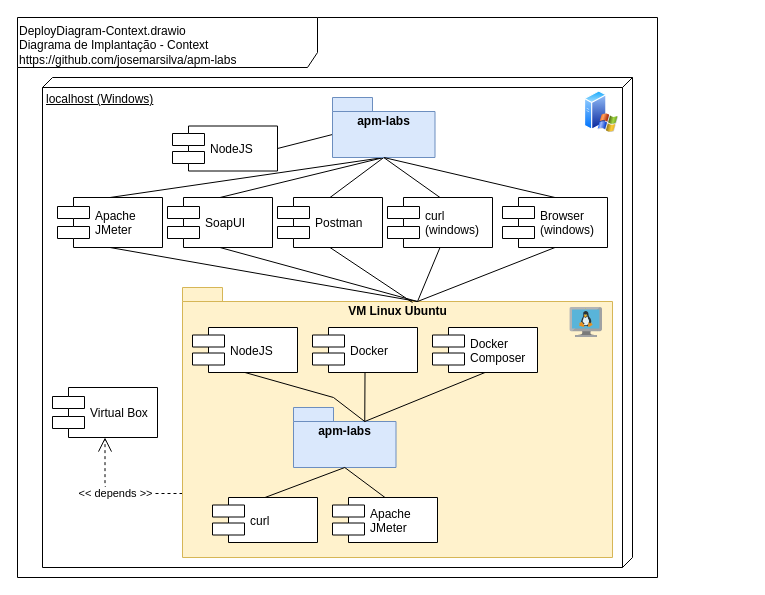
Earlier version of the draw.io diagram doc/DeployDiagram-Context.drawio (josemarsilva/apm-labs). Source tidied: cells renumbered, new cells numbered last; positions are measured from the earlier drawing's top-left corner, leaving out a move shared by most shapes. Both pictures are drawn from the tidied source at 100%, with x=0, y=0 at pixel (17, 17).
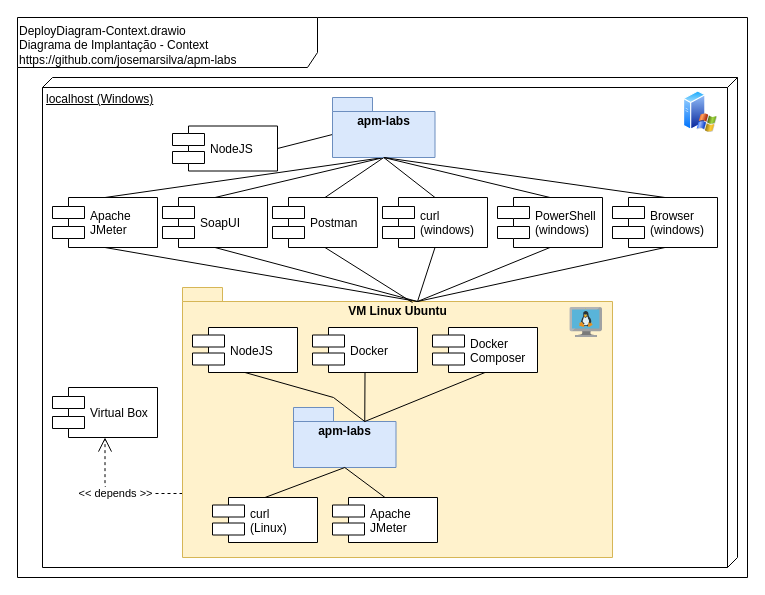
The same diagram, later.

The change refers to these unchanged cells:
```xml
<mxCell id="6" value="VM Linux Ubuntu" style="shape=folder;fontStyle=1;spacingTop=10;tabWidth=40;tabHeight=14;tabPosition=left;html=1;verticalAlign=top;fillColor=#fff2cc;strokeColor=#d6b656;" parent="1" vertex="1">
  <mxGeometry x="165" y="270" width="430" height="270" as="geometry" />
</mxCell>
<mxCell id="33" value="apm-labs" style="shape=folder;fontStyle=1;spacingTop=10;tabWidth=40;tabHeight=14;tabPosition=left;html=1;verticalAlign=top;fillColor=#dae8fc;strokeColor=#6c8ebf;" parent="1" vertex="1">
  <mxGeometry x="315" y="80" width="102.5" height="60" as="geometry" />
</mxCell>
```

Change to the diagram source:
```diff
@@
     <mxCell id="2" value="DeployDiagram-Context.drawio&lt;br&gt;Diagrama de Implantação - Context&lt;br&gt;https://github.com/josemarsilva/apm-labs" style="shape=umlFrame;whiteSpace=wrap;html=1;width=300;height=50;verticalAlign=top;align=left;" parent="1" vertex="1">
-      <mxGeometry width="640" height="560" as="geometry" />
+      <mxGeometry width="730" height="560" as="geometry" />
     </mxCell>
     <mxCell id="3" value="localhost (Windows)" style="verticalAlign=top;align=left;spacingTop=8;spacingLeft=2;spacingRight=12;shape=cube;size=10;direction=south;fontStyle=4;html=1;" parent="1" vertex="1">
-      <mxGeometry x="25" y="60" width="590" height="490" as="geometry" />
+      <mxGeometry x="25" y="60" width="695" height="490" as="geometry" />
     </mxCell>
@@
     <mxCell id="13" value="Apache&#10;JMeter" style="shape=component;align=left;spacingLeft=36;" parent="1" vertex="1">
-      <mxGeometry x="40" y="180" width="105" height="50" as="geometry" />
+      <mxGeometry x="35" y="180" width="105" height="50" as="geometry" />
     </mxCell>
-    <mxCell id="14" value="curl" style="shape=component;align=left;spacingLeft=36;" parent="1" vertex="1">
+    <mxCell id="14" value="curl&#10;(Linux)" style="shape=component;align=left;spacingLeft=36;" parent="1" vertex="1">
       <mxGeometry x="195" y="480" width="105" height="45" as="geometry" />
     </mxCell>
     <mxCell id="15" value="SoapUI" style="shape=component;align=left;spacingLeft=36;" parent="1" vertex="1">
-      <mxGeometry x="150" y="180" width="105" height="50" as="geometry" />
+      <mxGeometry x="145" y="180" width="105" height="50" as="geometry" />
     </mxCell>
@@
     <mxCell id="20" value="curl&#10;(windows)" style="shape=component;align=left;spacingLeft=36;" parent="1" vertex="1">
-      <mxGeometry x="370" y="180" width="105" height="50" as="geometry" />
+      <mxGeometry x="365" y="180" width="105" height="50" as="geometry" />
     </mxCell>
@@
     <mxCell id="24" value="Postman" style="shape=component;align=left;spacingLeft=36;" parent="1" vertex="1">
-      <mxGeometry x="260" y="180" width="105" height="50" as="geometry" />
+      <mxGeometry x="255" y="180" width="105" height="50" as="geometry" />
     </mxCell>
@@
     <mxCell id="31" style="perimeter=ellipsePerimeter;html=1;align=center;shadow=0;dashed=0;spacingTop=3;image;image=img/lib/active_directory/windows_server_2.svg;" parent="1" vertex="1">
-      <mxGeometry x="567" y="73" width="34" height="42.5" as="geometry" />
+      <mxGeometry x="666" y="73" width="34" height="42.5" as="geometry" />
     </mxCell>
@@
-    <mxCell id="34" value="Browser&#10;(windows)" style="shape=component;align=left;spacingLeft=36;" parent="1" vertex="1">
-      <mxGeometry x="485" y="180" width="105" height="50" as="geometry" />
+    <mxCell id="34" value="PowerShell&#10;(windows)" style="shape=component;align=left;spacingLeft=36;" parent="1" vertex="1">
+      <mxGeometry x="480" y="180" width="105" height="50" as="geometry" />
     </mxCell>
@@
+    <mxCell id="38" value="Browser&#10;(windows)" style="shape=component;align=left;spacingLeft=36;" parent="1" vertex="1">
+      <mxGeometry x="595" y="180" width="105" height="50" as="geometry" />
+    </mxCell>
+    <mxCell id="39" style="endArrow=none;startArrow=none;endFill=0;startFill=0;html=1;exitX=0.5;exitY=0;exitDx=0;exitDy=0;entryX=0.5;entryY=1;entryDx=0;entryDy=0;entryPerimeter=0;" parent="1" edge="1" source="38" target="33">
+      <mxGeometry relative="1" as="geometry" />
+    </mxCell>
+    <mxCell id="40" style="endArrow=none;startArrow=none;endFill=0;startFill=0;html=1;exitX=0.5;exitY=1;exitDx=0;exitDy=0;entryX=0;entryY=0;entryDx=235;entryDy=14;entryPerimeter=0;" parent="1" edge="1" source="38" target="6">
+      <mxGeometry relative="1" as="geometry" />
+    </mxCell>
```
